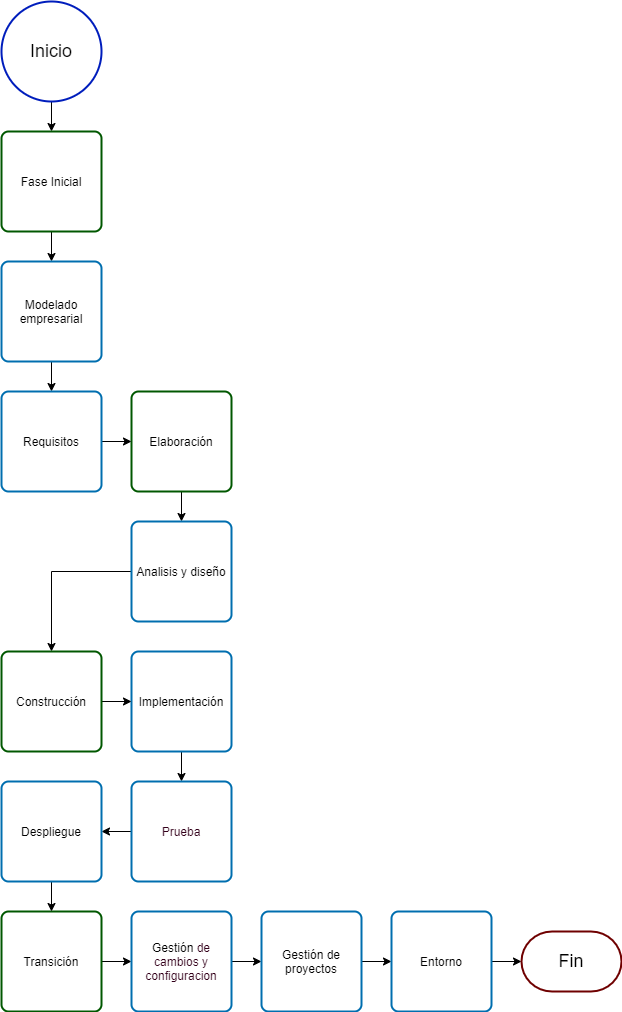
EduardoCollazoR/AnalisisAvanzDeSoft keeps this draw.io diagram as img/DiagramaDeFlujoRUP.drawio.png. Above is the earlier version. Source tidied: cells renumbered, new cells last; positions are measured from the earlier drawing's top-left corner, leaving out a move shared by most shapes.
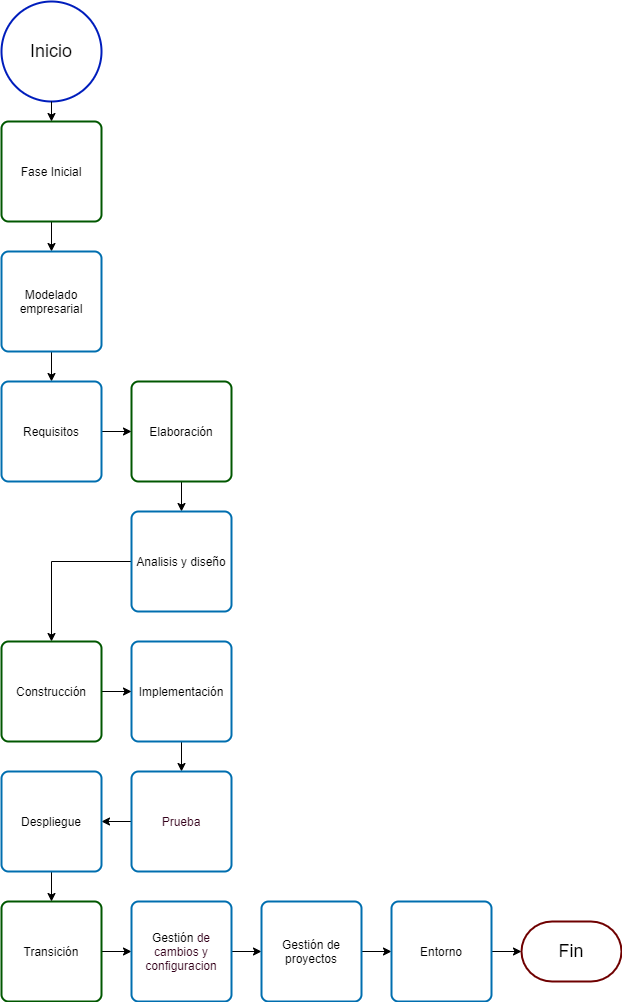
Later version of the same file.

The edit, as a diff of the source:
```diff
@@ -2,11 +2,6 @@
   <root>
     <mxCell id="0" />
     <mxCell id="1" parent="0" />
-    <mxCell id="2" style="edgeStyle=orthogonalEdgeStyle;rounded=0;jettySize=auto;html=1;" parent="1" edge="1" target="4">
-      <mxGeometry relative="1" as="geometry">
-        <mxPoint x="50" y="100" as="sourcePoint" />
-      </mxGeometry>
-    </mxCell>
     <mxCell id="3" style="edgeStyle=orthogonalEdgeStyle;rounded=0;jettySize=auto;html=1;exitX=0.5;exitY=1;exitDx=0;exitDy=0;entryX=0.5;entryY=0;entryDx=0;entryDy=0;" parent="1" edge="1" source="4" target="6">
       <mxGeometry relative="1" as="geometry" />
     </mxCell>
@@ -88,10 +83,13 @@
       <mxGeometry x="390" y="910" width="100" height="100" as="geometry" />
     </mxCell>
     <mxCell id="29" value="&lt;font color=&quot;#000000&quot; style=&quot;font-size: 18px&quot;&gt;Inicio&lt;/font&gt;" style="strokeWidth=2;html=1;shape=mxgraph.flowchart.start_2;whiteSpace=wrap;fillColor=none;strokeColor=#001DBC;fontColor=#ffffff;" parent="1" vertex="1">
-      <mxGeometry width="100" height="100" as="geometry" />
+      <mxGeometry y="10" width="100" height="100" as="geometry" />
     </mxCell>
     <mxCell id="30" value="&lt;font color=&quot;#000000&quot; style=&quot;font-size: 18px&quot;&gt;Fin&lt;/font&gt;" style="strokeWidth=2;html=1;shape=mxgraph.flowchart.terminator;whiteSpace=wrap;fillColor=none;strokeColor=#6F0000;fontColor=#ffffff;" parent="1" vertex="1">
       <mxGeometry x="520" y="930" width="100" height="60" as="geometry" />
     </mxCell>
+    <mxCell id="31" style="endArrow=classic;html=1;exitX=0.5;exitY=1;exitDx=0;exitDy=0;exitPerimeter=0;entryX=0.5;entryY=0;entryDx=0;entryDy=0;" parent="1" edge="1" source="29" target="4">
+      <mxGeometry relative="1" as="geometry" />
+    </mxCell>
   </root>
 </mxGraphModel>
```
